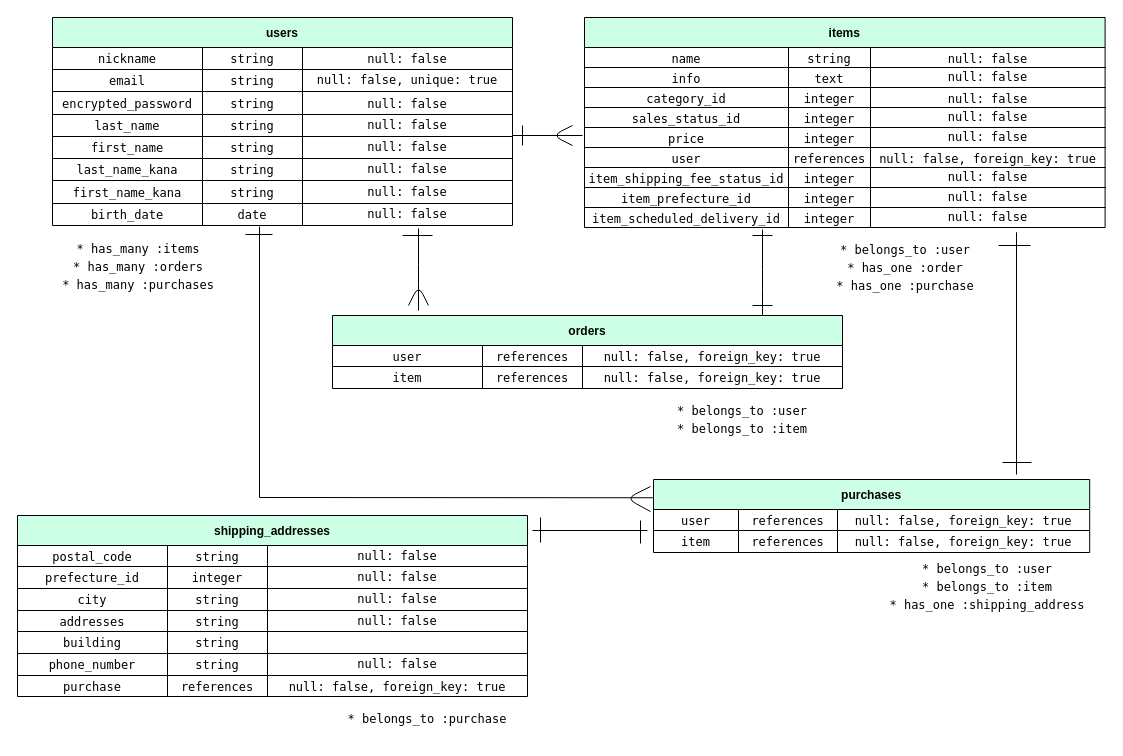
This is db.dio from yobibae/furima-36462, a draw.io file, before an edit. Source tidied: cells renumbered, new cells numbered last; positions are measured from the earlier drawing's top-left corner, leaving out a move shared by most shapes. Both pictures are drawn from the tidied source at 100%, with x=0, y=0 at pixel (17, 17).
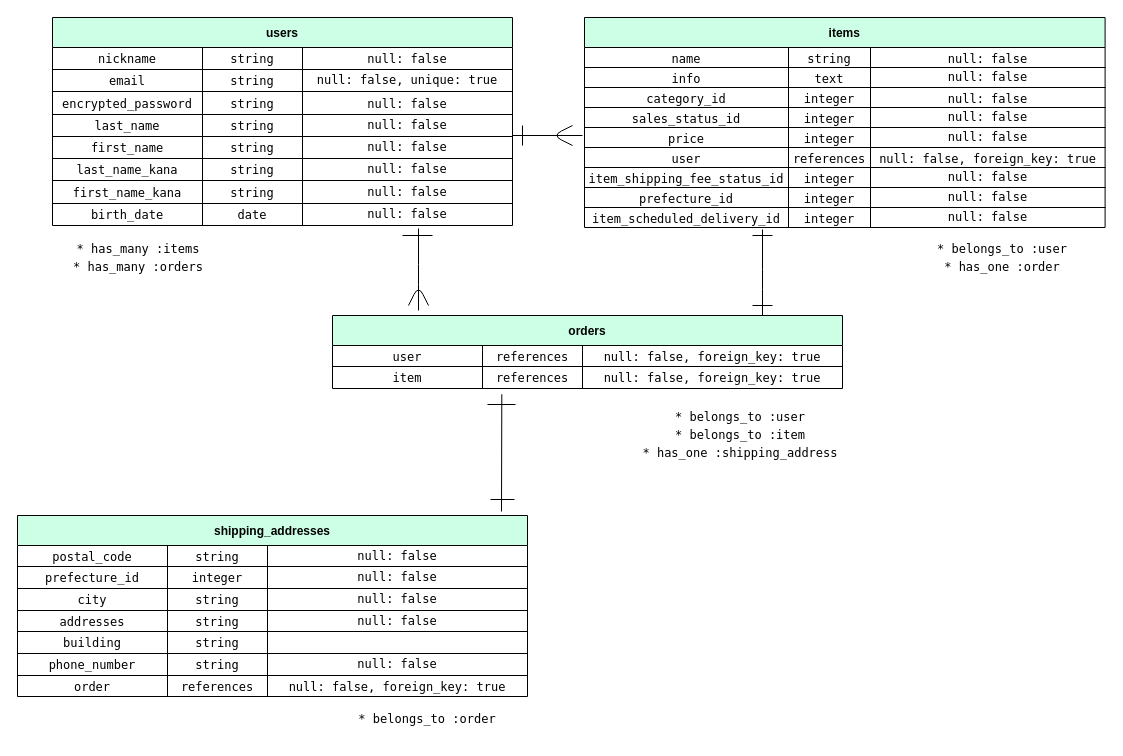
The same diagram, later.

The change refers to these unchanged cells:
```xml
<mxCell id="66" style="shape=partialRectangle;html=1;whiteSpace=wrap;fillColor=none;top=0;left=0;bottom=0;right=0;fontColor=#000000;" parent="37" vertex="1">
  <mxGeometry y="170" width="520.6" height="20" as="geometry" />
</mxCell>
<mxCell id="79" style="shape=partialRectangle;html=1;whiteSpace=wrap;fillColor=none;top=0;left=0;bottom=0;right=0;points=[[0,0.5],[1,0.5]];portConstraint=eastwest;fontColor=#000000;" parent="74" vertex="1">
  <mxGeometry y="51" width="510" height="22" as="geometry" />
</mxCell>
<mxCell id="120" style="shape=partialRectangle;html=1;whiteSpace=wrap;fillColor=none;top=0;left=0;bottom=0;right=0;fontColor=#000000;" parent="95" vertex="1">
  <mxGeometry y="160" width="510" height="21" as="geometry" />
</mxCell>
```

Diff of the diagram source:
```diff
@@
-    <mxCell id="67" value="&lt;div style=&quot;font-family: &amp;#34;menlo&amp;#34; , &amp;#34;monaco&amp;#34; , &amp;#34;courier new&amp;#34; , monospace ; line-height: 18px&quot;&gt;&lt;div style=&quot;font-family: &amp;#34;menlo&amp;#34; , &amp;#34;monaco&amp;#34; , &amp;#34;courier new&amp;#34; , monospace ; line-height: 18px&quot;&gt;item_prefecture_id&lt;/div&gt;&lt;/div&gt;" style="shape=partialRectangle;html=1;whiteSpace=wrap;fillColor=none;top=0;left=0;bottom=0;right=0;overflow=hidden;fontColor=#000000;" parent="66" vertex="1">
+    <mxCell id="67" value="&lt;div style=&quot;font-family: &amp;#34;menlo&amp;#34; , &amp;#34;monaco&amp;#34; , &amp;#34;courier new&amp;#34; , monospace ; line-height: 18px&quot;&gt;&lt;div style=&quot;font-family: &amp;#34;menlo&amp;#34; , &amp;#34;monaco&amp;#34; , &amp;#34;courier new&amp;#34; , monospace ; line-height: 18px&quot;&gt;prefecture_id&lt;/div&gt;&lt;/div&gt;" style="shape=partialRectangle;html=1;whiteSpace=wrap;fillColor=none;top=0;left=0;bottom=0;right=0;overflow=hidden;fontColor=#000000;" parent="66" vertex="1">
       <mxGeometry width="204" height="20" as="geometry" />
     </mxCell>
@@
-    <mxCell id="92" value="&lt;div style=&quot;font-family: &amp;#34;menlo&amp;#34; , &amp;#34;monaco&amp;#34; , &amp;#34;courier new&amp;#34; , monospace ; line-height: 18px&quot;&gt;&lt;div&gt;&lt;span&gt;*&lt;/span&gt; has_many :items&lt;/div&gt;&lt;div&gt;&lt;span&gt;*&lt;/span&gt; has_many :orders&lt;/div&gt;&lt;div&gt;* has_many :purchases&lt;/div&gt;&lt;/div&gt;" style="text;html=1;align=center;verticalAlign=middle;whiteSpace=wrap;rounded=0;" parent="1" vertex="1">
-      <mxGeometry x="21" y="220" width="200" height="58" as="geometry" />
+    <mxCell id="92" value="&lt;div style=&quot;font-family: &amp;#34;menlo&amp;#34; , &amp;#34;monaco&amp;#34; , &amp;#34;courier new&amp;#34; , monospace ; line-height: 18px&quot;&gt;&lt;div&gt;&lt;span&gt;*&lt;/span&gt; has_many :items&lt;/div&gt;&lt;div&gt;&lt;span&gt;*&lt;/span&gt; has_many :orders&lt;/div&gt;&lt;/div&gt;" style="text;html=1;align=center;verticalAlign=middle;whiteSpace=wrap;rounded=0;" parent="1" vertex="1">
+      <mxGeometry x="21" y="220" width="200" height="39" as="geometry" />
     </mxCell>
-    <mxCell id="93" value="&lt;div style=&quot;font-family: &amp;#34;menlo&amp;#34; , &amp;#34;monaco&amp;#34; , &amp;#34;courier new&amp;#34; , monospace ; line-height: 18px&quot;&gt;&lt;div style=&quot;font-family: &amp;#34;menlo&amp;#34; , &amp;#34;monaco&amp;#34; , &amp;#34;courier new&amp;#34; , monospace ; line-height: 18px&quot;&gt;&lt;div&gt;&lt;span&gt;*&lt;/span&gt; belongs_to :user&lt;/div&gt;&lt;div&gt;&lt;span&gt;*&lt;/span&gt;&amp;nbsp;has_one :order&lt;/div&gt;&lt;div&gt;*&amp;nbsp;has_one :purchase&lt;br&gt;&lt;/div&gt;&lt;/div&gt;&lt;/div&gt;" style="text;html=1;align=center;verticalAlign=middle;whiteSpace=wrap;rounded=0;" parent="1" vertex="1">
-      <mxGeometry x="788" y="222" width="200" height="56" as="geometry" />
+    <mxCell id="93" value="&lt;div style=&quot;font-family: &amp;#34;menlo&amp;#34; , &amp;#34;monaco&amp;#34; , &amp;#34;courier new&amp;#34; , monospace ; line-height: 18px&quot;&gt;&lt;div style=&quot;font-family: &amp;#34;menlo&amp;#34; , &amp;#34;monaco&amp;#34; , &amp;#34;courier new&amp;#34; , monospace ; line-height: 18px&quot;&gt;&lt;div&gt;&lt;span&gt;*&lt;/span&gt; belongs_to :user&lt;/div&gt;&lt;div&gt;&lt;span&gt;*&lt;/span&gt;&amp;nbsp;has_one :order&lt;/div&gt;&lt;/div&gt;&lt;/div&gt;" style="text;html=1;align=center;verticalAlign=middle;whiteSpace=wrap;rounded=0;" parent="1" vertex="1">
+      <mxGeometry x="885" y="218" width="200" height="43" as="geometry" />
     </mxCell>
-    <mxCell id="94" value="&lt;div style=&quot;font-family: &amp;#34;menlo&amp;#34; , &amp;#34;monaco&amp;#34; , &amp;#34;courier new&amp;#34; , monospace ; line-height: 18px&quot;&gt;&lt;div style=&quot;font-family: &amp;#34;menlo&amp;#34; , &amp;#34;monaco&amp;#34; , &amp;#34;courier new&amp;#34; , monospace ; line-height: 18px&quot;&gt;&lt;div style=&quot;font-family: &amp;#34;menlo&amp;#34; , &amp;#34;monaco&amp;#34; , &amp;#34;courier new&amp;#34; , monospace ; line-height: 18px&quot;&gt;&lt;div&gt;&lt;span&gt;*&lt;/span&gt; belongs_to :user&lt;/div&gt;&lt;div&gt;&lt;span&gt;*&lt;/span&gt;&amp;nbsp;belongs_to :item&lt;/div&gt;&lt;/div&gt;&lt;/div&gt;&lt;/div&gt;" style="text;html=1;align=center;verticalAlign=middle;whiteSpace=wrap;rounded=0;" parent="1" vertex="1">
-      <mxGeometry x="625" y="382" width="200" height="40" as="geometry" />
+    <mxCell id="94" value="&lt;div style=&quot;font-family: &amp;#34;menlo&amp;#34; , &amp;#34;monaco&amp;#34; , &amp;#34;courier new&amp;#34; , monospace ; line-height: 18px&quot;&gt;&lt;div style=&quot;font-family: &amp;#34;menlo&amp;#34; , &amp;#34;monaco&amp;#34; , &amp;#34;courier new&amp;#34; , monospace ; line-height: 18px&quot;&gt;&lt;div style=&quot;font-family: &amp;#34;menlo&amp;#34; , &amp;#34;monaco&amp;#34; , &amp;#34;courier new&amp;#34; , monospace ; line-height: 18px&quot;&gt;&lt;div&gt;&lt;span&gt;*&lt;/span&gt; belongs_to :user&lt;/div&gt;&lt;div&gt;&lt;span&gt;*&lt;/span&gt;&amp;nbsp;belongs_to :item&lt;/div&gt;&lt;div&gt;&lt;div&gt;*&amp;nbsp;has_one :shipping_address&lt;/div&gt;&lt;/div&gt;&lt;/div&gt;&lt;/div&gt;&lt;/div&gt;" style="text;html=1;align=center;verticalAlign=middle;whiteSpace=wrap;rounded=0;" parent="1" vertex="1">
+      <mxGeometry x="618" y="382" width="210" height="70" as="geometry" />
     </mxCell>
@@
-    <mxCell id="121" value="&lt;div style=&quot;font-family: &amp;#34;menlo&amp;#34; , &amp;#34;monaco&amp;#34; , &amp;#34;courier new&amp;#34; , monospace ; line-height: 18px&quot;&gt;purchase&lt;/div&gt;" style="shape=partialRectangle;html=1;whiteSpace=wrap;fillColor=none;top=0;left=0;bottom=0;right=0;overflow=hidden;fontColor=#000000;" parent="120" vertex="1">
+    <mxCell id="121" value="&lt;div style=&quot;font-family: &amp;#34;menlo&amp;#34; , &amp;#34;monaco&amp;#34; , &amp;#34;courier new&amp;#34; , monospace ; line-height: 18px&quot;&gt;order&lt;/div&gt;" style="shape=partialRectangle;html=1;whiteSpace=wrap;fillColor=none;top=0;left=0;bottom=0;right=0;overflow=hidden;fontColor=#000000;" parent="120" vertex="1">
       <mxGeometry width="150" height="21" as="geometry" />
     </mxCell>
@@
-    <mxCell id="124" value="&lt;div style=&quot;font-family: &amp;#34;menlo&amp;#34; , &amp;#34;monaco&amp;#34; , &amp;#34;courier new&amp;#34; , monospace ; line-height: 18px&quot;&gt;&lt;div style=&quot;font-family: &amp;#34;menlo&amp;#34; , &amp;#34;monaco&amp;#34; , &amp;#34;courier new&amp;#34; , monospace ; line-height: 18px&quot;&gt;&lt;div style=&quot;font-family: &amp;#34;menlo&amp;#34; , &amp;#34;monaco&amp;#34; , &amp;#34;courier new&amp;#34; , monospace ; line-height: 18px&quot;&gt;&lt;div&gt;&lt;span&gt;*&lt;/span&gt; belongs_to :purchase&lt;/div&gt;&lt;/div&gt;&lt;/div&gt;&lt;/div&gt;" style="text;html=1;align=center;verticalAlign=middle;whiteSpace=wrap;rounded=0;" parent="1" vertex="1">
+    <mxCell id="124" value="&lt;div style=&quot;font-family: &amp;#34;menlo&amp;#34; , &amp;#34;monaco&amp;#34; , &amp;#34;courier new&amp;#34; , monospace ; line-height: 18px&quot;&gt;&lt;div style=&quot;font-family: &amp;#34;menlo&amp;#34; , &amp;#34;monaco&amp;#34; , &amp;#34;courier new&amp;#34; , monospace ; line-height: 18px&quot;&gt;&lt;div style=&quot;font-family: &amp;#34;menlo&amp;#34; , &amp;#34;monaco&amp;#34; , &amp;#34;courier new&amp;#34; , monospace ; line-height: 18px&quot;&gt;&lt;div&gt;&lt;span&gt;*&lt;/span&gt; belongs_to :order&lt;/div&gt;&lt;/div&gt;&lt;/div&gt;&lt;/div&gt;" style="text;html=1;align=center;verticalAlign=middle;whiteSpace=wrap;rounded=0;" parent="1" vertex="1">
       <mxGeometry x="310" y="681" width="200" height="40" as="geometry" />
     </mxCell>
-    <mxCell id="125" value="purchases" style="shape=table;startSize=30;childLayout=tableLayout;fontStyle=1;align=center;strokeWidth=1;fillColor=#CCFFE6;swimlaneFillColor=#ffffff;fontColor=#000000;strokeColor=#000000;" parent="1" vertex="1">
-      <mxGeometry x="636" y="462" width="436.2" height="73" as="geometry" />
-    </mxCell>
-    <mxCell id="126" style="shape=partialRectangle;html=1;whiteSpace=wrap;fillColor=none;top=0;left=0;bottom=0;right=0;fontColor=#000000;" parent="125" vertex="1">
-      <mxGeometry y="30" width="436.2" height="21" as="geometry" />
-    </mxCell>
-    <mxCell id="127" value="&lt;div style=&quot;font-family: menlo, monaco, &amp;quot;courier new&amp;quot;, monospace; line-height: 18px;&quot;&gt;user&lt;/div&gt;" style="shape=partialRectangle;html=1;whiteSpace=wrap;fillColor=none;top=0;left=0;bottom=0;right=0;overflow=hidden;fontColor=#000000;" parent="126" vertex="1">
-      <mxGeometry width="85" height="21" as="geometry" />
-    </mxCell>
-    <mxCell id="128" value="&lt;div style=&quot;font-family: menlo, monaco, &amp;quot;courier new&amp;quot;, monospace; line-height: 18px;&quot;&gt;references&lt;/div&gt;" style="shape=partialRectangle;html=1;whiteSpace=wrap;fillColor=none;top=0;left=0;bottom=0;right=0;overflow=hidden;fontColor=#000000;" parent="126" vertex="1">
-      <mxGeometry x="85" width="99" height="21" as="geometry" />
-    </mxCell>
-    <mxCell id="129" value="&lt;div style=&quot;font-family: menlo, monaco, &amp;quot;courier new&amp;quot;, monospace; line-height: 18px;&quot;&gt;null: false, foreign_key: true&lt;/div&gt;" style="shape=partialRectangle;html=1;whiteSpace=wrap;fillColor=none;top=0;left=0;bottom=0;right=0;overflow=hidden;fontColor=#000000;" parent="126" vertex="1">
-      <mxGeometry x="184" width="252" height="21" as="geometry" />
-    </mxCell>
-    <mxCell id="130" style="shape=partialRectangle;html=1;whiteSpace=wrap;fillColor=none;top=0;left=0;bottom=0;right=0;fontColor=#000000;" parent="125" vertex="1">
-      <mxGeometry y="51" width="436.2" height="22" as="geometry" />
-    </mxCell>
-    <mxCell id="131" value="&lt;div style=&quot;font-family: menlo, monaco, &amp;quot;courier new&amp;quot;, monospace; line-height: 18px;&quot;&gt;item&lt;/div&gt;" style="shape=partialRectangle;html=1;whiteSpace=wrap;fillColor=none;top=0;left=0;bottom=0;right=0;overflow=hidden;fontColor=#000000;" parent="130" vertex="1">
-      <mxGeometry width="85" height="22" as="geometry" />
-    </mxCell>
-    <mxCell id="132" value="&lt;div style=&quot;font-family: menlo, monaco, &amp;quot;courier new&amp;quot;, monospace; line-height: 18px;&quot;&gt;references&lt;/div&gt;" style="shape=partialRectangle;html=1;whiteSpace=wrap;fillColor=none;top=0;left=0;bottom=0;right=0;overflow=hidden;fontColor=#000000;" parent="130" vertex="1">
-      <mxGeometry x="85" width="99" height="22" as="geometry" />
-    </mxCell>
-    <mxCell id="133" value="&lt;div style=&quot;font-family: menlo, monaco, &amp;quot;courier new&amp;quot;, monospace; line-height: 18px;&quot;&gt;null: false, foreign_key: true&lt;/div&gt;" style="shape=partialRectangle;html=1;whiteSpace=wrap;fillColor=none;top=0;left=0;bottom=0;right=0;overflow=hidden;fontColor=#000000;" parent="130" vertex="1">
-      <mxGeometry x="184" width="252" height="22" as="geometry" />
-    </mxCell>
-    <mxCell id="134" value="&lt;div style=&quot;font-family: &amp;#34;menlo&amp;#34; , &amp;#34;monaco&amp;#34; , &amp;#34;courier new&amp;#34; , monospace ; line-height: 18px&quot;&gt;&lt;div style=&quot;font-family: &amp;#34;menlo&amp;#34; , &amp;#34;monaco&amp;#34; , &amp;#34;courier new&amp;#34; , monospace ; line-height: 18px&quot;&gt;&lt;div style=&quot;font-family: &amp;#34;menlo&amp;#34; , &amp;#34;monaco&amp;#34; , &amp;#34;courier new&amp;#34; , monospace ; line-height: 18px&quot;&gt;&lt;div&gt;&lt;span&gt;*&lt;/span&gt; belongs_to :user&lt;/div&gt;&lt;div&gt;&lt;span&gt;*&lt;/span&gt;&amp;nbsp;belongs_to :item&lt;/div&gt;&lt;div&gt;* has_one :shipping_address&lt;/div&gt;&lt;/div&gt;&lt;/div&gt;&lt;/div&gt;" style="text;html=1;align=center;verticalAlign=middle;whiteSpace=wrap;rounded=0;" parent="1" vertex="1">
-      <mxGeometry x="869.5" y="543" width="200" height="51" as="geometry" />
-    </mxCell>
-    <mxCell id="135" style="endArrow=none;html=1;fontColor=#000000;" parent="1" edge="1">
-      <mxGeometry relative="1" as="geometry">
-        <mxPoint x="999" y="331" as="sourcePoint" />
-        <mxPoint x="999" y="457" as="targetPoint" />
-        <Array as="points">
-          <mxPoint x="999" y="210" />
-        </Array>
-      </mxGeometry>
-    </mxCell>
-    <mxCell id="136" style="endArrow=none;html=1;fontColor=#000000;" parent="1" edge="1">
-      <mxGeometry relative="1" as="geometry">
-        <mxPoint x="981" y="228" as="sourcePoint" />
-        <mxPoint x="1013" y="228" as="targetPoint" />
-      </mxGeometry>
-    </mxCell>
-    <mxCell id="137" style="endArrow=none;html=1;fontColor=#000000;" parent="1" edge="1">
-      <mxGeometry relative="1" as="geometry">
-        <mxPoint x="985" y="445" as="sourcePoint" />
-        <mxPoint x="1014" y="445" as="targetPoint" />
-      </mxGeometry>
-    </mxCell>
-    <mxCell id="138" style="endArrow=none;html=1;" parent="1" edge="1">
+    <mxCell id="138" style="endArrow=none;html=1;entryX=0.332;entryY=1.26;entryDx=0;entryDy=0;entryPerimeter=0;" parent="1" edge="1" target="79">
       <mxGeometry relative="1" as="geometry">
-        <mxPoint x="515" y="513" as="sourcePoint" />
-        <mxPoint x="630" y="513" as="targetPoint" />
+        <mxPoint x="484" y="494" as="sourcePoint" />
       </mxGeometry>
     </mxCell>
     <mxCell id="139" style="endArrow=none;html=1;" parent="1" edge="1">
       <mxGeometry relative="1" as="geometry">
-        <mxPoint x="523" y="525" as="sourcePoint" />
-        <mxPoint x="523" y="500" as="targetPoint" />
+        <mxPoint x="497" y="482" as="sourcePoint" />
+        <mxPoint x="473" y="482" as="targetPoint" />
       </mxGeometry>
     </mxCell>
     <mxCell id="140" style="endArrow=none;html=1;" parent="1" edge="1">
       <mxGeometry relative="1" as="geometry">
-        <mxPoint x="623" y="526" as="sourcePoint" />
-        <mxPoint x="623" y="503" as="targetPoint" />
+        <mxPoint x="498" y="387" as="sourcePoint" />
+        <mxPoint x="470" y="387" as="targetPoint" />
       </mxGeometry>
     </mxCell>
-    <mxCell id="141" style="endArrow=none;html=1;entryX=0;entryY=0.25;entryDx=0;entryDy=0;" parent="1" edge="1" target="125">
-      <mxGeometry relative="1" as="geometry">
-        <mxPoint x="242" y="480" as="sourcePoint" />
-      </mxGeometry>
-    </mxCell>
-    <mxCell id="142" style="endArrow=none;html=1;" parent="1" edge="1">
-      <mxGeometry relative="1" as="geometry">
-        <mxPoint x="242" y="480" as="sourcePoint" />
-        <mxPoint x="242" y="209" as="targetPoint" />
-      </mxGeometry>
-    </mxCell>
-    <mxCell id="143" style="endArrow=none;html=1;" parent="1" edge="1">
-      <mxGeometry relative="1" as="geometry">
-        <mxPoint x="228" y="217" as="sourcePoint" />
-        <mxPoint x="255" y="217" as="targetPoint" />
-      </mxGeometry>
-    </mxCell>
-    <mxCell id="144" style="endArrow=none;html=1;" parent="1" edge="1">
-      <mxGeometry relative="1" as="geometry">
-        <mxPoint x="633" y="494" as="sourcePoint" />
-        <mxPoint x="633" y="469" as="targetPoint" />
-        <Array as="points">
-          <mxPoint x="609" y="481" />
-        </Array>
-      </mxGeometry>
-    </mxCell>
```
